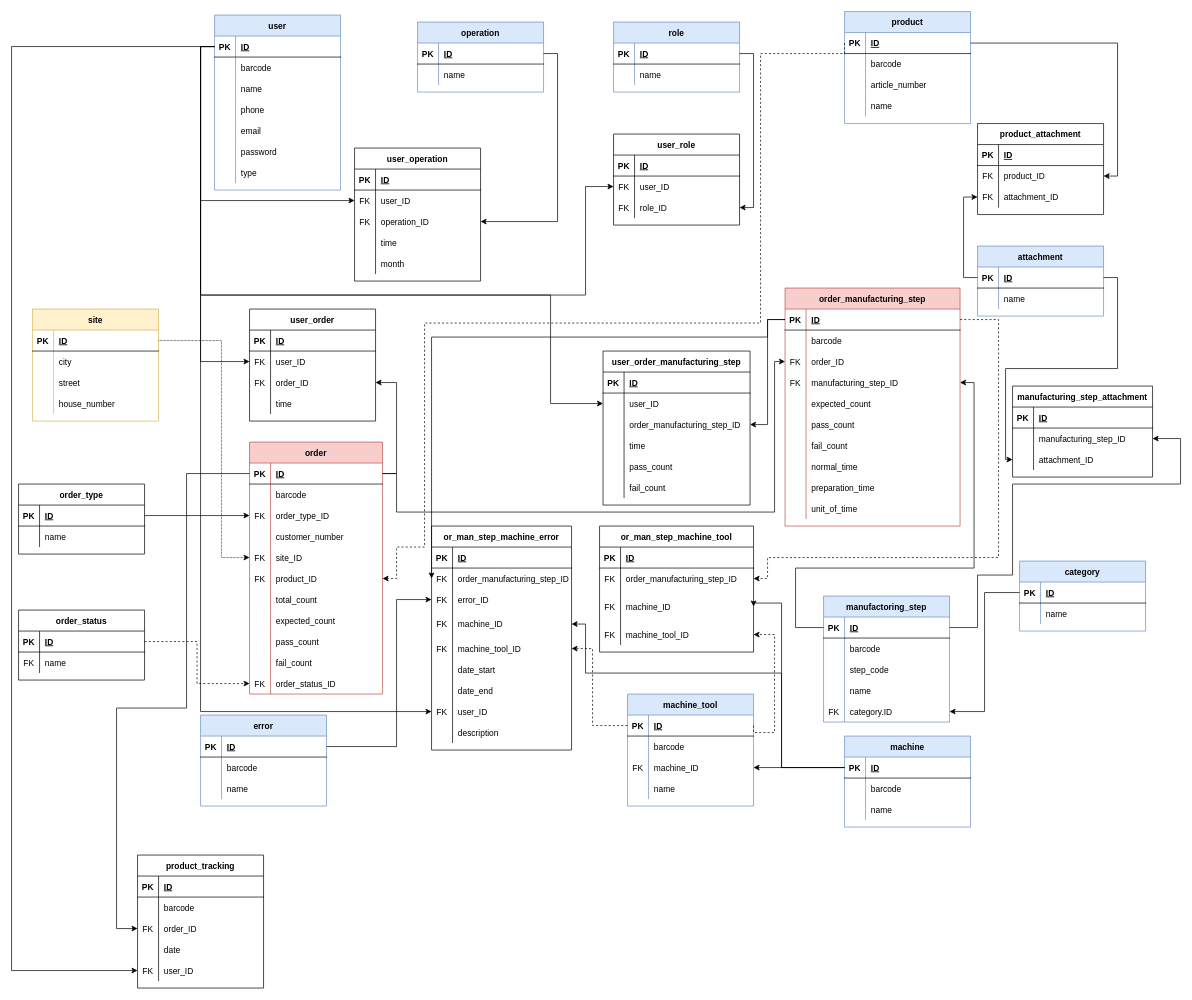
This is DOC/diagrams/database_plan_2_0_0.drawio from KerteszZoltan/mesterminal, a draw.io file, before an edit. Source tidied: cells renumbered, new cells numbered last; positions are measured from the earlier drawing's top-left corner, leaving out a move shared by most shapes. Both pictures are drawn from the tidied source at 70%, with x=0, y=0 at pixel (11, 11).
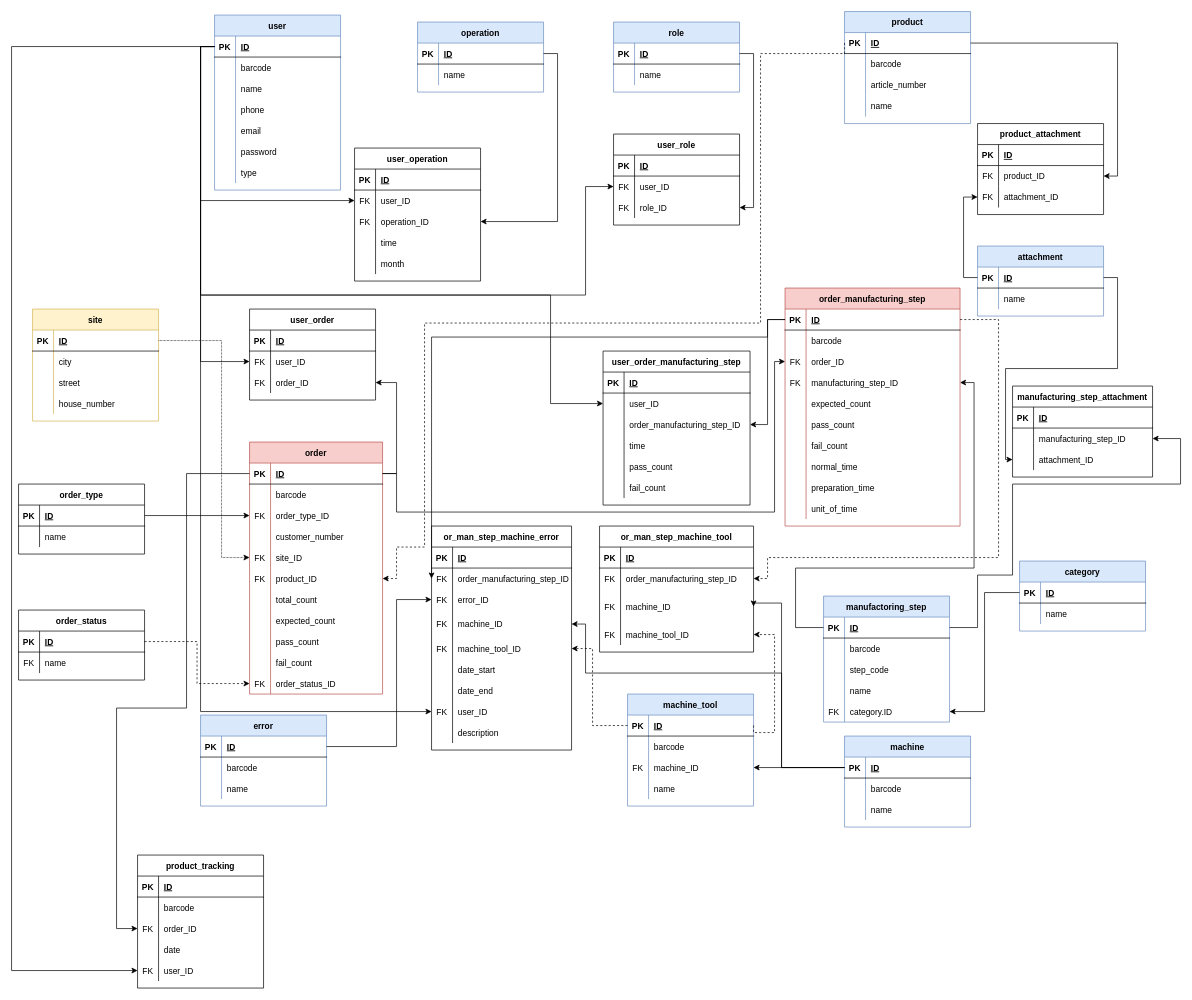
The same page after the edit.

Commit message:
user_order subtraction time, because store oreder responsibles'

Diff of the diagram source:
```diff
@@
     <mxCell id="102" value="user_order" style="shape=table;startSize=30;childLayout=tableLayout;rowLines=0;fontStyle=1;align=center;" parent="1" vertex="1">
-      <mxGeometry x="340" y="425" width="180" height="160" as="geometry" />
+      <mxGeometry x="340" y="425" width="180" height="130" as="geometry" />
     </mxCell>
@@
-    <mxCell id="112" style="shape=partialRectangle;fillColor=none;top=0;left=0;bottom=0;right=0;" parent="102" vertex="1">
-      <mxGeometry y="120" width="180" height="30" as="geometry" />
-    </mxCell>
-    <mxCell id="113" style="shape=partialRectangle;fillColor=none;top=0;left=0;bottom=0;right=0;overflow=hidden;" parent="112" vertex="1">
-      <mxGeometry width="30" height="30" as="geometry" />
-    </mxCell>
-    <mxCell id="114" value="time" style="shape=partialRectangle;fillColor=none;top=0;left=0;bottom=0;right=0;align=left;spacingLeft=6;overflow=hidden;" parent="112" vertex="1">
-      <mxGeometry x="30" width="150" height="30" as="geometry" />
-    </mxCell>
```
